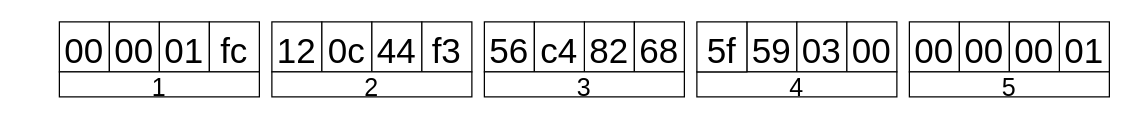
Above: page "I-Frame Header" (3 of 5) of dissector/images/DVRIP_Sofia_headers.drawio in KostasEreksonas/Besder-6024PB-XMA501-ip-camera-security-investigation (draw.io), before the change. Source tidied: cells renumbered, new cells numbered last; positions are measured from the earlier drawing's top-left corner, leaving out a move shared by most shapes. Both pictures are drawn from the tidied source at 125%, with x=0, y=0 at pixel (59, 21).
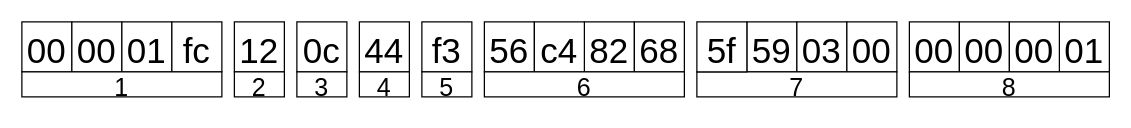
After the change.

Diff of the diagram source:
```diff
@@
     <mxCell id="2" value="00" style="whiteSpace=wrap;html=1;fontSize=28;verticalAlign=top;" parent="1" vertex="1">
-      <mxGeometry width="40" height="40" as="geometry" />
+      <mxGeometry x="-30" width="40" height="40" as="geometry" />
     </mxCell>
     <mxCell id="3" value="00" style="whiteSpace=wrap;html=1;fontSize=28;verticalAlign=top;" parent="1" vertex="1">
-      <mxGeometry x="40" width="40" height="40" as="geometry" />
+      <mxGeometry x="10" width="40" height="40" as="geometry" />
     </mxCell>
     <mxCell id="4" value="01" style="whiteSpace=wrap;html=1;fontSize=28;verticalAlign=top;" parent="1" vertex="1">
-      <mxGeometry x="80" width="40" height="40" as="geometry" />
+      <mxGeometry x="50" width="40" height="40" as="geometry" />
     </mxCell>
     <mxCell id="5" value="fc" style="whiteSpace=wrap;html=1;fontSize=28;verticalAlign=top;" parent="1" vertex="1">
-      <mxGeometry x="120" width="40" height="40" as="geometry" />
+      <mxGeometry x="90" width="40" height="40" as="geometry" />
     </mxCell>
     <mxCell id="6" value="&lt;div&gt;12&lt;/div&gt;" style="whiteSpace=wrap;html=1;fontSize=28;verticalAlign=top;" parent="1" vertex="1">
-      <mxGeometry x="170" width="40" height="40" as="geometry" />
+      <mxGeometry x="140" width="40" height="40" as="geometry" />
     </mxCell>
     <mxCell id="7" value="0c" style="whiteSpace=wrap;html=1;fontSize=28;verticalAlign=top;" parent="1" vertex="1">
-      <mxGeometry x="210" width="40" height="40" as="geometry" />
+      <mxGeometry x="190" width="40" height="40" as="geometry" />
     </mxCell>
     <mxCell id="8" value="44" style="whiteSpace=wrap;html=1;fontSize=28;verticalAlign=top;" parent="1" vertex="1">
-      <mxGeometry x="250" width="40" height="40" as="geometry" />
+      <mxGeometry x="240" width="40" height="40" as="geometry" />
     </mxCell>
@@
     <mxCell id="21" value="&lt;font style=&quot;font-size: 20px;&quot;&gt;1&lt;/font&gt;" style="whiteSpace=wrap;html=1;fontSize=28;verticalAlign=middle;imageAspect=1;imageHeight=12;" parent="1" vertex="1">
-      <mxGeometry y="40" width="160" height="20" as="geometry" />
+      <mxGeometry x="-30" y="40" width="160" height="20" as="geometry" />
     </mxCell>
     <mxCell id="22" value="&lt;font style=&quot;font-size: 20px;&quot;&gt;2&lt;/font&gt;" style="whiteSpace=wrap;html=1;fontSize=28;verticalAlign=middle;imageAspect=1;imageHeight=12;" parent="1" vertex="1">
-      <mxGeometry x="170" y="40" width="160" height="20" as="geometry" />
+      <mxGeometry x="140" y="40" width="40" height="20" as="geometry" />
     </mxCell>
-    <mxCell id="23" value="&lt;font style=&quot;font-size: 20px;&quot;&gt;3&lt;/font&gt;" style="whiteSpace=wrap;html=1;fontSize=28;verticalAlign=middle;imageAspect=1;imageHeight=12;" parent="1" vertex="1">
+    <mxCell id="23" value="&lt;font style=&quot;font-size: 20px;&quot;&gt;6&lt;/font&gt;" style="whiteSpace=wrap;html=1;fontSize=28;verticalAlign=middle;imageAspect=1;imageHeight=12;" parent="1" vertex="1">
       <mxGeometry x="340" y="40" width="160" height="20" as="geometry" />
     </mxCell>
-    <mxCell id="24" value="&lt;font style=&quot;font-size: 20px;&quot;&gt;4&lt;/font&gt;" style="whiteSpace=wrap;html=1;fontSize=28;verticalAlign=middle;imageAspect=1;imageHeight=12;" parent="1" vertex="1">
+    <mxCell id="24" value="&lt;font style=&quot;font-size: 20px;&quot;&gt;7&lt;/font&gt;" style="whiteSpace=wrap;html=1;fontSize=28;verticalAlign=middle;imageAspect=1;imageHeight=12;" parent="1" vertex="1">
       <mxGeometry x="510" y="40" width="160" height="20" as="geometry" />
     </mxCell>
-    <mxCell id="25" value="&lt;font style=&quot;font-size: 20px;&quot;&gt;5&lt;/font&gt;" style="whiteSpace=wrap;html=1;fontSize=28;verticalAlign=middle;imageAspect=1;imageHeight=12;" parent="1" vertex="1">
+    <mxCell id="25" value="&lt;font style=&quot;font-size: 20px;&quot;&gt;8&lt;/font&gt;" style="whiteSpace=wrap;html=1;fontSize=28;verticalAlign=middle;imageAspect=1;imageHeight=12;" parent="1" vertex="1">
       <mxGeometry x="680" y="40" width="160" height="20" as="geometry" />
     </mxCell>
@@
+    <mxCell id="27" value="&lt;font style=&quot;font-size: 20px;&quot;&gt;3&lt;/font&gt;" style="whiteSpace=wrap;html=1;fontSize=28;verticalAlign=middle;imageAspect=1;imageHeight=12;" parent="1" vertex="1">
+      <mxGeometry x="190" y="40" width="40" height="20" as="geometry" />
+    </mxCell>
+    <mxCell id="28" value="&lt;font style=&quot;font-size: 20px;&quot;&gt;4&lt;/font&gt;" style="whiteSpace=wrap;html=1;fontSize=28;verticalAlign=middle;imageAspect=1;imageHeight=12;" parent="1" vertex="1">
+      <mxGeometry x="240" y="40" width="40" height="20" as="geometry" />
+    </mxCell>
+    <mxCell id="29" value="&lt;font style=&quot;font-size: 20px;&quot;&gt;5&lt;/font&gt;" style="whiteSpace=wrap;html=1;fontSize=28;verticalAlign=middle;imageAspect=1;imageHeight=12;" parent="1" vertex="1">
+      <mxGeometry x="290" y="40" width="40" height="20" as="geometry" />
+    </mxCell>
```
